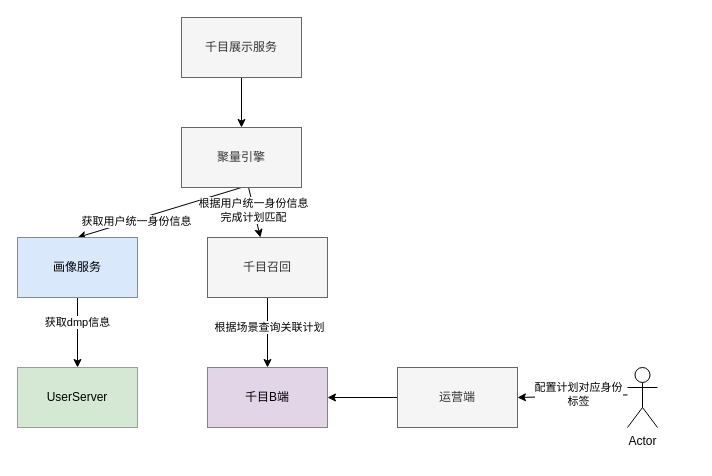
Earlier version of the draw.io diagram 千目用户标签接入.drawio (BlankKelly/diagrams). Source tidied: cells renumbered, new cells numbered last; positions are measured from the earlier drawing's top-left corner, leaving out a move shared by most shapes. Both pictures are drawn from the tidied source at 100%, with x=0, y=0 at pixel (17, 17).
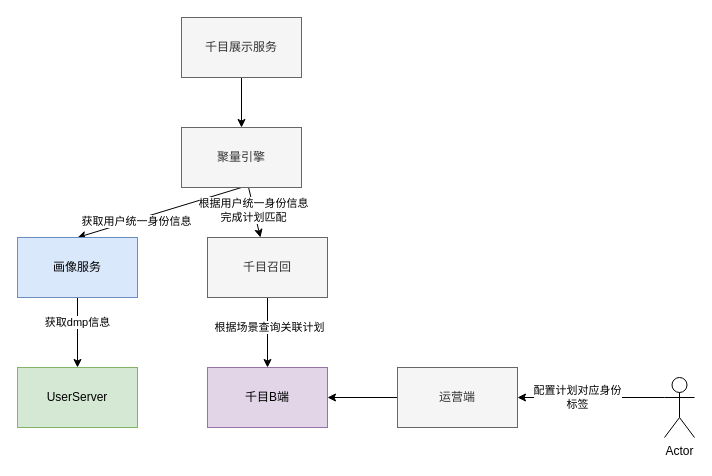
After the change.

Commit message (it also covers changes not shown here):
更新千目用户标签接入.drawio

Diff of the diagram source:
```diff
@@
-    <mxCell id="19" style="edgeStyle=none;rounded=0;orthogonalLoop=1;jettySize=auto;html=1;entryX=1;entryY=0.383;entryDx=0;entryDy=0;entryPerimeter=0;" parent="1" edge="1">
+    <mxCell id="19" style="edgeStyle=none;rounded=0;jettySize=auto;html=1;entryX=1;entryY=0.383;entryDx=0;entryDy=0;entryPerimeter=0;exitX=0;exitY=0.3333333333333333;exitDx=0;exitDy=0;exitPerimeter=0;" parent="1" edge="1" source="21">
       <mxGeometry relative="1" as="geometry">
-        <mxPoint x="610" y="377.4" as="sourcePoint" />
         <mxPoint x="500" y="380" as="targetPoint" />
       </mxGeometry>
     </mxCell>
     <mxCell id="20" value="配置计划对应身份&lt;br&gt;标签" style="edgeLabel;html=1;align=center;verticalAlign=middle;" parent="19" vertex="1">
-      <mxGeometry x="-0.11" y="-2" relative="1" as="geometry" />
+      <mxGeometry x="0.2" y="-1" relative="1" as="geometry" />
     </mxCell>
     <mxCell id="21" value="Actor" style="shape=umlActor;verticalLabelPosition=bottom;verticalAlign=top;html=1;outlineConnect=0;" parent="1" vertex="1">
-      <mxGeometry x="610" y="350" width="30" height="60" as="geometry" />
+      <mxGeometry x="647" y="360" width="30" height="60" as="geometry" />
     </mxCell>
```
